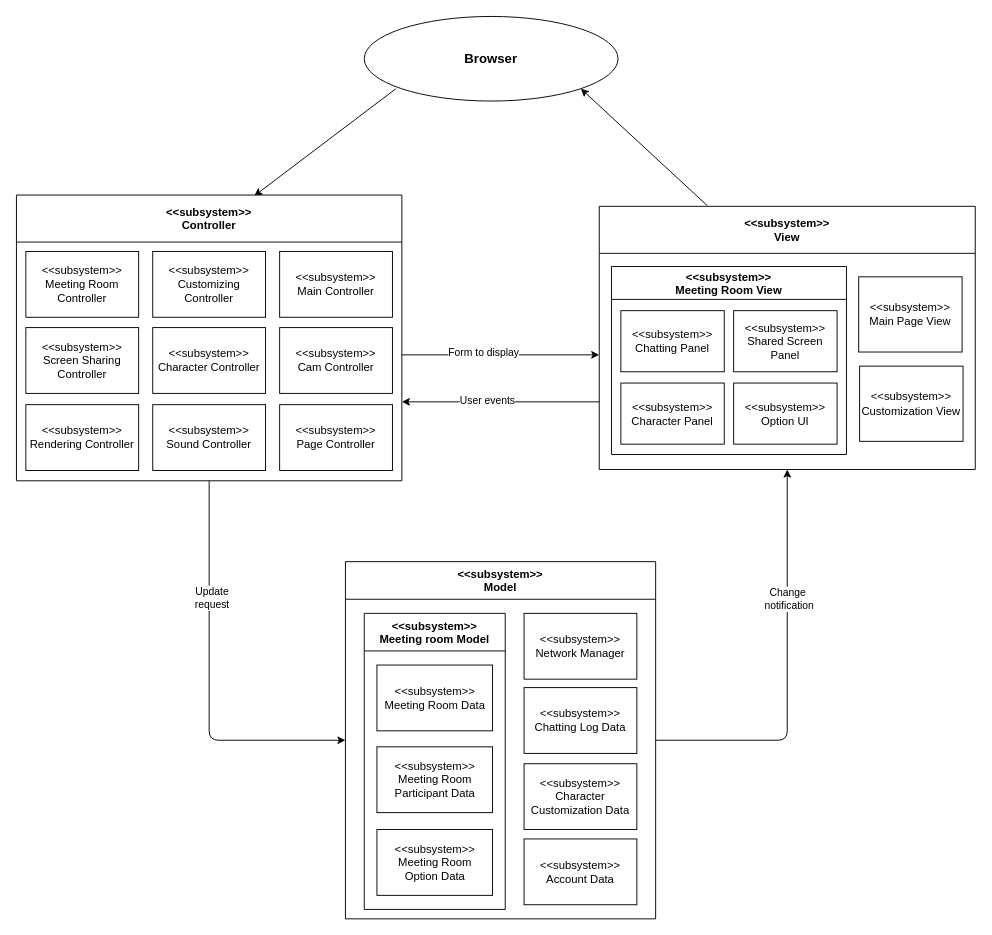
Above: MVC_pattern.drawio in ONFFLine/Diagram (draw.io), before the change. Source tidied: cells renumbered, new cells numbered last; positions are measured from the earlier drawing's top-left corner, leaving out a move shared by most shapes. Both pictures are drawn from the tidied source at 94%, with x=0, y=0 at pixel (16, 16).
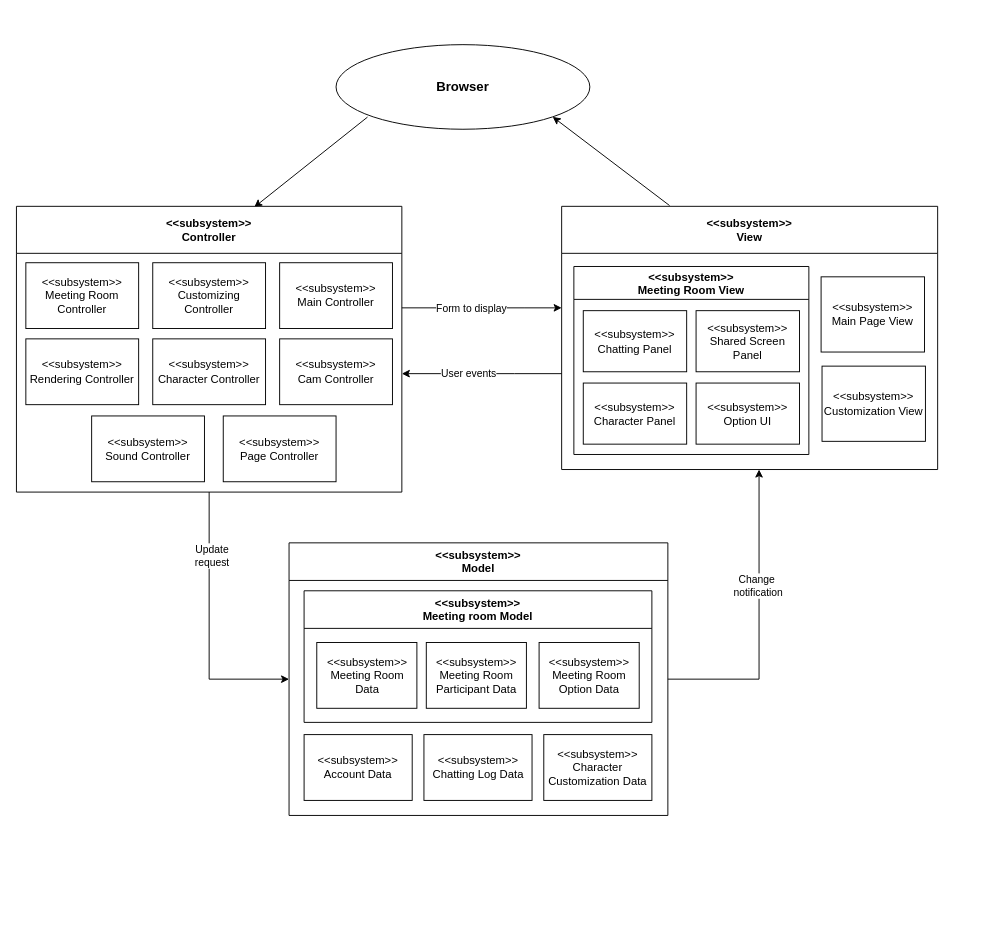
The same page after the edit.

Commit message:
Update MVC_pattern

Change to the diagram source:
```diff
@@
     <mxCell id="4" value="&lt;font style=&quot;font-size: 14px&quot;&gt;&lt;b&gt;Browser&lt;/b&gt;&lt;/font&gt;" style="ellipse;whiteSpace=wrap;html=1;" parent="1" vertex="1">
-      <mxGeometry x="370" width="270" height="90" as="geometry" />
+      <mxGeometry x="340" y="30" width="270" height="90" as="geometry" />
     </mxCell>
-    <mxCell id="5" style="edgeStyle=none;jettySize=auto;html=1;entryX=0;entryY=0.5;entryDx=0;entryDy=0;exitX=0.5;exitY=1;exitDx=0;exitDy=0;" parent="1" edge="1" source="9" target="30">
+    <mxCell id="5" style="edgeStyle=orthogonalEdgeStyle;rounded=0;jettySize=auto;html=1;" parent="1" edge="1" source="9" target="30">
       <mxGeometry relative="1" as="geometry">
         <Array as="points">
-          <mxPoint x="205" y="770" />
+          <mxPoint x="205" y="705" />
         </Array>
       </mxGeometry>
     </mxCell>
     <mxCell id="6" value="Update&lt;br&gt;request" style="edgeLabel;html=1;align=center;verticalAlign=middle;" parent="5" vertex="1">
-      <mxGeometry x="-0.41" y="2" relative="1" as="geometry" />
+      <mxGeometry x="-0.53" y="2" relative="1" as="geometry" />
     </mxCell>
-    <mxCell id="7" style="edgeStyle=none;orthogonalLoop=1;jettySize=auto;html=1;startArrow=classic;startFill=1;endArrow=none;endFill=0;" parent="1" edge="1">
-      <mxGeometry relative="1" as="geometry">
-        <mxPoint x="410" y="410" as="sourcePoint" />
-        <mxPoint x="620" y="410" as="targetPoint" />
-      </mxGeometry>
-    </mxCell>
-    <mxCell id="8" value="User events" style="edgeLabel;html=1;align=center;verticalAlign=middle;" parent="7" vertex="1">
-      <mxGeometry x="-0.14" y="2" relative="1" as="geometry" />
-    </mxCell>
+    <mxCell id="42" style="edgeStyle=orthogonalEdgeStyle;rounded=0;jettySize=auto;html=1;" parent="1" edge="1" source="9" target="21">
+      <mxGeometry relative="1" as="geometry">
+        <Array as="points">
+          <mxPoint x="540" y="310" />
+          <mxPoint x="540" y="310" />
+        </Array>
+      </mxGeometry>
+    </mxCell>
+    <mxCell id="20" value="Form to display" style="edgeLabel;html=1;align=center;verticalAlign=middle;" parent="42" vertex="1">
+      <mxGeometry x="-0.35" relative="1" as="geometry">
+        <mxPoint x="18" as="offset" />
+      </mxGeometry>
+    </mxCell>
     <mxCell id="9" value="&lt;&lt;subsystem&gt;&gt;&#10;Controller" style="swimlane;startSize=50;" parent="1" vertex="1">
-      <mxGeometry y="190" width="410" height="304" as="geometry" />
+      <mxGeometry y="202" width="410" height="304" as="geometry" />
     </mxCell>
     <mxCell id="10" value="&amp;lt;&amp;lt;subsystem&amp;gt;&amp;gt;&lt;br&gt;Rendering Controller" style="whiteSpace=wrap;html=1;" parent="9" vertex="1">
-      <mxGeometry x="10" y="223" width="120" height="70" as="geometry" />
+      <mxGeometry x="10" y="141" width="120" height="70" as="geometry" />
     </mxCell>
@@
     <mxCell id="12" value="&amp;lt;&amp;lt;subsystem&amp;gt;&amp;gt;&lt;br&gt;Sound Controller" style="whiteSpace=wrap;html=1;" parent="9" vertex="1">
-      <mxGeometry x="145" y="223" width="120" height="70" as="geometry" />
+      <mxGeometry x="80" y="223" width="120" height="70" as="geometry" />
     </mxCell>
@@
-    <mxCell id="16" value="&amp;lt;&amp;lt;subsystem&amp;gt;&amp;gt;&lt;br&gt;Screen Sharing Controller" style="whiteSpace=wrap;html=1;" parent="9" vertex="1">
-      <mxGeometry x="10" y="141" width="120" height="70" as="geometry" />
-    </mxCell>
@@
     <mxCell id="18" value="&amp;lt;&amp;lt;subsystem&amp;gt;&amp;gt;&lt;br&gt;Page Controller" style="whiteSpace=wrap;html=1;" parent="9" vertex="1">
-      <mxGeometry x="280" y="223" width="120" height="70" as="geometry" />
+      <mxGeometry x="220" y="223" width="120" height="70" as="geometry" />
     </mxCell>
-    <mxCell id="19" style="edgeStyle=none;orthogonalLoop=1;jettySize=auto;html=1;startArrow=classic;startFill=1;endArrow=none;endFill=0;" parent="1" edge="1">
-      <mxGeometry relative="1" as="geometry">
-        <mxPoint x="620" y="360" as="sourcePoint" />
-        <mxPoint x="410" y="360" as="targetPoint" />
-      </mxGeometry>
-    </mxCell>
-    <mxCell id="20" value="Form to display" style="edgeLabel;html=1;align=center;verticalAlign=middle;" parent="19" vertex="1">
-      <mxGeometry x="0.18" y="-3" relative="1" as="geometry" />
-    </mxCell>
+    <mxCell id="43" style="edgeStyle=orthogonalEdgeStyle;rounded=0;jettySize=auto;html=1;" parent="1" edge="1" source="21" target="9">
+      <mxGeometry relative="1" as="geometry">
+        <Array as="points">
+          <mxPoint x="530" y="380" />
+          <mxPoint x="530" y="380" />
+        </Array>
+      </mxGeometry>
+    </mxCell>
+    <mxCell id="8" value="User events" style="edgeLabel;html=1;align=center;verticalAlign=middle;" parent="43" vertex="1">
+      <mxGeometry x="0.25" y="-1" relative="1" as="geometry">
+        <mxPoint x="6" as="offset" />
+      </mxGeometry>
+    </mxCell>
     <mxCell id="21" value="&lt;&lt;subsystem&gt;&gt;&#10;View" style="swimlane;startSize=50;" parent="1" vertex="1">
-      <mxGeometry x="620" y="202" width="400" height="280" as="geometry" />
+      <mxGeometry x="580" y="202" width="400" height="280" as="geometry" />
     </mxCell>
@@
+    <mxCell id="40" style="edgeStyle=orthogonalEdgeStyle;rounded=0;jettySize=auto;html=1;" parent="1" edge="1" source="30" target="21">
+      <mxGeometry relative="1" as="geometry">
+        <Array as="points">
+          <mxPoint x="790" y="705" />
+        </Array>
+      </mxGeometry>
+    </mxCell>
+    <mxCell id="41" value="Change&amp;nbsp;&lt;br&gt;notification" style="edgeLabel;html=1;align=center;verticalAlign=middle;" parent="40" vertex="1">
+      <mxGeometry x="0.68" y="4" relative="1" as="geometry">
+        <mxPoint x="2" y="72" as="offset" />
+      </mxGeometry>
+    </mxCell>
     <mxCell id="30" value="&lt;&lt;subsystem&gt;&gt;&#10;Model" style="swimlane;startSize=40;" parent="1" vertex="1">
-      <mxGeometry x="350" y="580" width="330" height="380" as="geometry" />
+      <mxGeometry x="290" y="560" width="403" height="290" as="geometry" />
     </mxCell>
-    <mxCell id="31" value="&amp;lt;&amp;lt;subsystem&amp;gt;&amp;gt;&lt;br&gt;Network Manager" style="whiteSpace=wrap;html=1;" parent="30" vertex="1">
-      <mxGeometry x="190" y="55" width="120" height="70" as="geometry" />
-    </mxCell>
+    <mxCell id="39" value="&amp;lt;&amp;lt;subsystem&amp;gt;&amp;gt;&lt;br&gt;Account Data" style="whiteSpace=wrap;html=1;" parent="30" vertex="1">
+      <mxGeometry x="16" y="204" width="115" height="70" as="geometry" />
+    </mxCell>
     <mxCell id="32" value="&lt;&lt;subsystem&gt;&gt;&#10;Meeting room Model" style="swimlane;startSize=40;" parent="30" vertex="1">
-      <mxGeometry x="20" y="55" width="150" height="315" as="geometry" />
+      <mxGeometry x="16" y="51" width="370" height="140" as="geometry" />
     </mxCell>
@@
     <mxCell id="34" value="&amp;lt;&amp;lt;subsystem&amp;gt;&amp;gt;&lt;br&gt;Meeting Room Data" style="whiteSpace=wrap;html=1;" parent="32" vertex="1">
-      <mxGeometry x="13.5" y="55" width="123" height="70" as="geometry" />
+      <mxGeometry x="13.5" y="55" width="106.5" height="70" as="geometry" />
     </mxCell>
     <mxCell id="35" value="&amp;lt;&amp;lt;subsystem&amp;gt;&amp;gt;&lt;br&gt;Meeting Room Participant Data" style="whiteSpace=wrap;html=1;" parent="32" vertex="1">
-      <mxGeometry x="13.5" y="142" width="123" height="70" as="geometry" />
+      <mxGeometry x="130" y="55" width="106.5" height="70" as="geometry" />
     </mxCell>
-    <mxCell id="36" value="&amp;lt;&amp;lt;subsystem&amp;gt;&amp;gt;&lt;br&gt;Meeting Room &lt;br&gt;Option Data" style="whiteSpace=wrap;html=1;" parent="32" vertex="1">
-      <mxGeometry x="13.5" y="230" width="123" height="70" as="geometry" />
+    <mxCell id="36" value="&amp;lt;&amp;lt;subsystem&amp;gt;&amp;gt;&lt;br&gt;Meeting Room&lt;br&gt;Option Data" style="whiteSpace=wrap;html=1;" parent="32" vertex="1">
+      <mxGeometry x="250" y="55" width="106.5" height="70" as="geometry" />
     </mxCell>
     <mxCell id="37" value="&amp;lt;&amp;lt;subsystem&amp;gt;&amp;gt;&lt;br&gt;Chatting Log Data" style="whiteSpace=wrap;html=1;" parent="30" vertex="1">
-      <mxGeometry x="190" y="134" width="120" height="70" as="geometry" />
+      <mxGeometry x="143.5" y="204" width="115" height="70" as="geometry" />
     </mxCell>
     <mxCell id="38" value="&amp;lt;&amp;lt;subsystem&amp;gt;&amp;gt;&lt;br&gt;Character Customization Data" style="whiteSpace=wrap;html=1;" parent="30" vertex="1">
-      <mxGeometry x="190" y="215" width="120" height="70" as="geometry" />
+      <mxGeometry x="271" y="204" width="115" height="70" as="geometry" />
     </mxCell>
-    <mxCell id="39" value="&amp;lt;&amp;lt;subsystem&amp;gt;&amp;gt;&lt;br&gt;Account Data" style="whiteSpace=wrap;html=1;" parent="30" vertex="1">
-      <mxGeometry x="190" y="295" width="120" height="70" as="geometry" />
-    </mxCell>
-    <mxCell id="40" style="edgeStyle=none;jettySize=auto;html=1;exitX=1;exitY=0.5;exitDx=0;exitDy=0;entryX=0.5;entryY=1;entryDx=0;entryDy=0;" parent="1" edge="1" source="30" target="21">
-      <mxGeometry relative="1" as="geometry">
-        <Array as="points">
-          <mxPoint x="820" y="770" />
-        </Array>
-      </mxGeometry>
-    </mxCell>
-    <mxCell id="41" value="Change&amp;nbsp;&lt;br&gt;notification" style="edgeLabel;html=1;align=center;verticalAlign=middle;" parent="40" vertex="1">
-      <mxGeometry x="0.47" y="-1" relative="1" as="geometry">
-        <mxPoint y="24" as="offset" />
-      </mxGeometry>
-    </mxCell>
```
